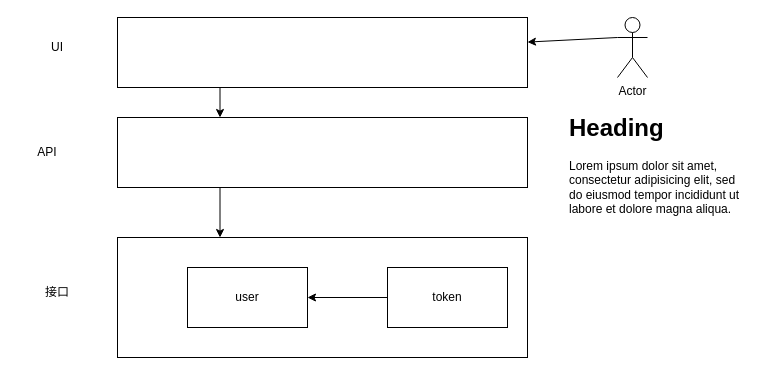
Earlier version of the draw.io diagram devcloud/mcenter/apps/user/design.drawio (is-Xiaoen/DevCloud). Source tidied: cells renumbered, new cells numbered last; positions are measured from the earlier drawing's top-left corner, leaving out a move shared by most shapes. Both pictures are drawn from the tidied source at 100%, with x=0, y=0 at pixel (17, 17).
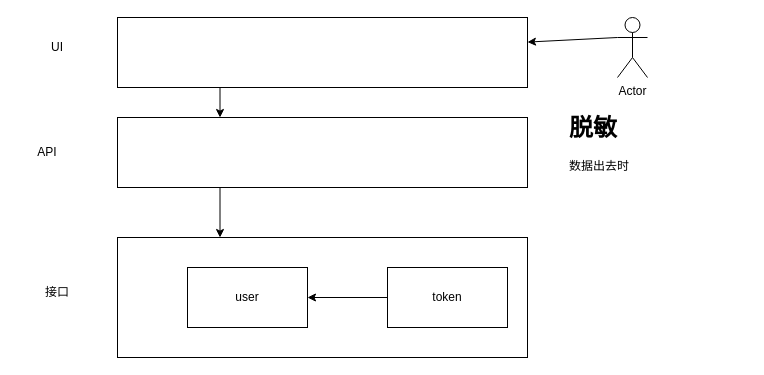
After the change.

The edit, as a diff of the source:
```diff
@@
 <mxGraphModel>
   <root>
     <mxCell id="0" />
     <mxCell id="1" parent="0" />
     <mxCell id="2" style="rounded=0;whiteSpace=wrap;html=1;" parent="1" vertex="1">
       <mxGeometry x="100" y="220" width="410" height="120" as="geometry" />
     </mxCell>
     <mxCell id="3" value="user" style="rounded=0;whiteSpace=wrap;html=1;" parent="1" vertex="1">
       <mxGeometry x="170" y="250" width="120" height="60" as="geometry" />
     </mxCell>
     <mxCell id="4" style="edgeStyle=none;html=1;exitX=0.25;exitY=1;exitDx=0;exitDy=0;entryX=0.25;entryY=0;entryDx=0;entryDy=0;" parent="1" edge="1" source="5" target="2">
       <mxGeometry relative="1" as="geometry" />
     </mxCell>
     <mxCell id="5" style="rounded=0;whiteSpace=wrap;html=1;" parent="1" vertex="1">
       <mxGeometry x="100" y="100" width="410" height="70" as="geometry" />
     </mxCell>
     <mxCell id="6" value="API" style="text;html=1;align=center;verticalAlign=middle;whiteSpace=wrap;rounded=0;" parent="1" vertex="1">
       <mxGeometry y="120" width="60" height="30" as="geometry" />
     </mxCell>
     <mxCell id="7" value="接口" style="text;html=1;align=center;verticalAlign=middle;whiteSpace=wrap;rounded=0;" parent="1" vertex="1">
       <mxGeometry x="10" y="260" width="60" height="30" as="geometry" />
     </mxCell>
     <mxCell id="8" style="edgeStyle=none;html=1;exitX=0;exitY=0.5;exitDx=0;exitDy=0;entryX=1;entryY=0.5;entryDx=0;entryDy=0;" parent="1" edge="1" source="9" target="3">
       <mxGeometry relative="1" as="geometry" />
     </mxCell>
     <mxCell id="9" value="token" style="rounded=0;whiteSpace=wrap;html=1;" parent="1" vertex="1">
       <mxGeometry x="370" y="250" width="120" height="60" as="geometry" />
     </mxCell>
     <mxCell id="10" style="edgeStyle=none;html=1;exitX=0;exitY=0.3333333333333333;exitDx=0;exitDy=0;exitPerimeter=0;" parent="1" edge="1" source="11" target="13">
       <mxGeometry relative="1" as="geometry" />
     </mxCell>
     <mxCell id="11" value="Actor" style="shape=umlActor;verticalLabelPosition=bottom;verticalAlign=top;html=1;outlineConnect=0;" parent="1" vertex="1">
       <mxGeometry x="600" width="30" height="60" as="geometry" />
     </mxCell>
     <mxCell id="12" style="edgeStyle=none;html=1;exitX=0.25;exitY=1;exitDx=0;exitDy=0;entryX=0.25;entryY=0;entryDx=0;entryDy=0;" parent="1" edge="1" source="13" target="5">
       <mxGeometry relative="1" as="geometry" />
     </mxCell>
     <mxCell id="13" style="rounded=0;whiteSpace=wrap;html=1;" parent="1" vertex="1">
       <mxGeometry x="100" width="410" height="70" as="geometry" />
     </mxCell>
     <mxCell id="14" value="UI" style="text;html=1;align=center;verticalAlign=middle;whiteSpace=wrap;rounded=0;" parent="1" vertex="1">
       <mxGeometry x="10" y="15" width="60" height="30" as="geometry" />
     </mxCell>
-    <mxCell id="15" value="&lt;h1 style=&quot;margin-top: 0px;&quot;&gt;Heading&lt;/h1&gt;&lt;p&gt;Lorem ipsum dolor sit amet, consectetur adipisicing elit, sed do eiusmod tempor incididunt ut labore et dolore magna aliqua.&lt;/p&gt;" style="text;html=1;whiteSpace=wrap;overflow=hidden;rounded=0;" parent="1" vertex="1">
+    <mxCell id="15" value="&lt;h1 style=&quot;margin-top: 0px;&quot;&gt;脱敏&lt;/h1&gt;&lt;p&gt;数据出去时&lt;/p&gt;" style="text;html=1;whiteSpace=wrap;overflow=hidden;rounded=0;" parent="1" vertex="1">
       <mxGeometry x="550" y="90" width="180" height="120" as="geometry" />
     </mxCell>
   </root>
 </mxGraphModel>
```
